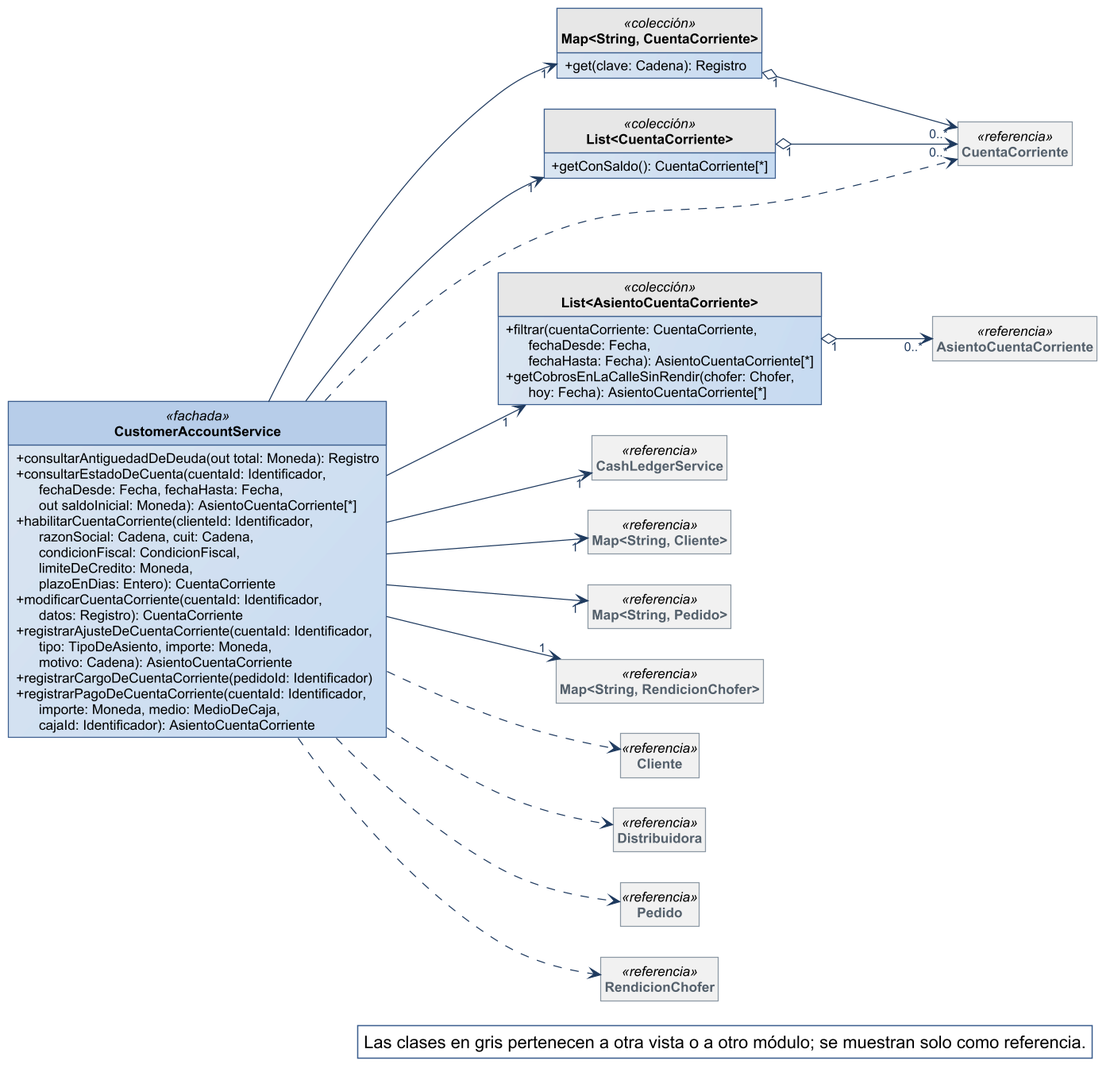
Before: diagramas/clases-diseno/DC_Mod_Cuentas-corrientes.png, a diagram exported from PlantUML (Nahuelito-Dev/splg-docs). Its diagram source:
```plantuml
@startuml
!include ../estilo-vp.iuml
skinparam nodesep 40
skinparam ranksep 55
skinparam genericDisplay old
skinparam class<<referencia>> {
  BackgroundColor #F1F1F1
  BorderColor #8A97A3
  FontColor #55616C
}
skinparam class<<fachada>> {
  HeaderBackgroundColor #B7CDE8
}
skinparam class<<controlador>> {
  HeaderBackgroundColor #B7CDE8
}
skinparam class<<fabricación pura>> {
  HeaderBackgroundColor #E4ECF6
}
skinparam class<<colección>> {
  HeaderBackgroundColor #E6E6E6
}
skinparam class<<adaptador>> {
  HeaderBackgroundColor #D5E3F3
}
skinparam packageStyle rectangle
hide circle
hide empty members

left to right direction
skinparam nodesep 25
skinparam ranksep 90
class CustomerAccountService <<fachada>> {
  + consultarAntiguedadDeDeuda(out total: Moneda): Registro
  + consultarEstadoDeCuenta(cuentaId: Identificador,\n      fechaDesde: Fecha, fechaHasta: Fecha,\n      out saldoInicial: Moneda): AsientoCuentaCorriente[*]
  + habilitarCuentaCorriente(clienteId: Identificador,\n      razonSocial: Cadena, cuit: Cadena,\n      condicionFiscal: CondicionFiscal,\n      limiteDeCredito: Moneda,\n      plazoEnDias: Entero): CuentaCorriente
  + modificarCuentaCorriente(cuentaId: Identificador,\n      datos: Registro): CuentaCorriente
  + registrarAjusteDeCuentaCorriente(cuentaId: Identificador,\n      tipo: TipoDeAsiento, importe: Moneda,\n      motivo: Cadena): AsientoCuentaCorriente
  + registrarCargoDeCuentaCorriente(pedidoId: Identificador)
  + registrarPagoDeCuentaCorriente(cuentaId: Identificador,\n      importe: Moneda, medio: MedioDeCaja,\n      cajaId: Identificador): AsientoCuentaCorriente
}
class "Map<String, CuentaCorriente>" as Map_String_CuentaCorriente <<colección>> {
  + get(clave: Cadena): Registro
}
class "List<CuentaCorriente>" as List_CuentaCorriente <<colección>> {
  + getConSaldo(): CuentaCorriente[*]
}
class "List<AsientoCuentaCorriente>" as List_AsientoCuentaCorriente <<colección>> {
  + filtrar(cuentaCorriente: CuentaCorriente,\n      fechaDesde: Fecha,\n      fechaHasta: Fecha): AsientoCuentaCorriente[*]
  + getCobrosEnLaCalleSinRendir(chofer: Chofer,\n      hoy: Fecha): AsientoCuentaCorriente[*]
}
class AsientoCuentaCorriente <<referencia>>
class CuentaCorriente <<referencia>>
class CashLedgerService <<referencia>>
class "Map<String, Cliente>" as Map_String_Cliente <<referencia>>
class "Map<String, Pedido>" as Map_String_Pedido <<referencia>>
class "Map<String, RendicionChofer>" as Map_String_RendicionChofer <<referencia>>
class Cliente <<referencia>>
class Distribuidora <<referencia>>
class Pedido <<referencia>>
class RendicionChofer <<referencia>>

List_AsientoCuentaCorriente "1" o--> "0..*" AsientoCuentaCorriente
Map_String_CuentaCorriente "1" o--> "0..*" CuentaCorriente
List_CuentaCorriente "1" o--> "0..*" CuentaCorriente
CustomerAccountService --> "1" CashLedgerService
CustomerAccountService --> "1" List_AsientoCuentaCorriente
CustomerAccountService --> "1" List_CuentaCorriente
CustomerAccountService --> "1" Map_String_Cliente
CustomerAccountService --> "1" Map_String_CuentaCorriente
CustomerAccountService --> "1" Map_String_Pedido
CustomerAccountService --> "1" Map_String_RendicionChofer
CustomerAccountService ..> Cliente
CustomerAccountService ..> CuentaCorriente
CustomerAccountService ..> Distribuidora
CustomerAccountService ..> Pedido
CustomerAccountService ..> RendicionChofer

legend bottom right
  Las clases en gris pertenecen a otra vista o a otro módulo; se muestran solo como referencia.
endlegend
@enduml
```
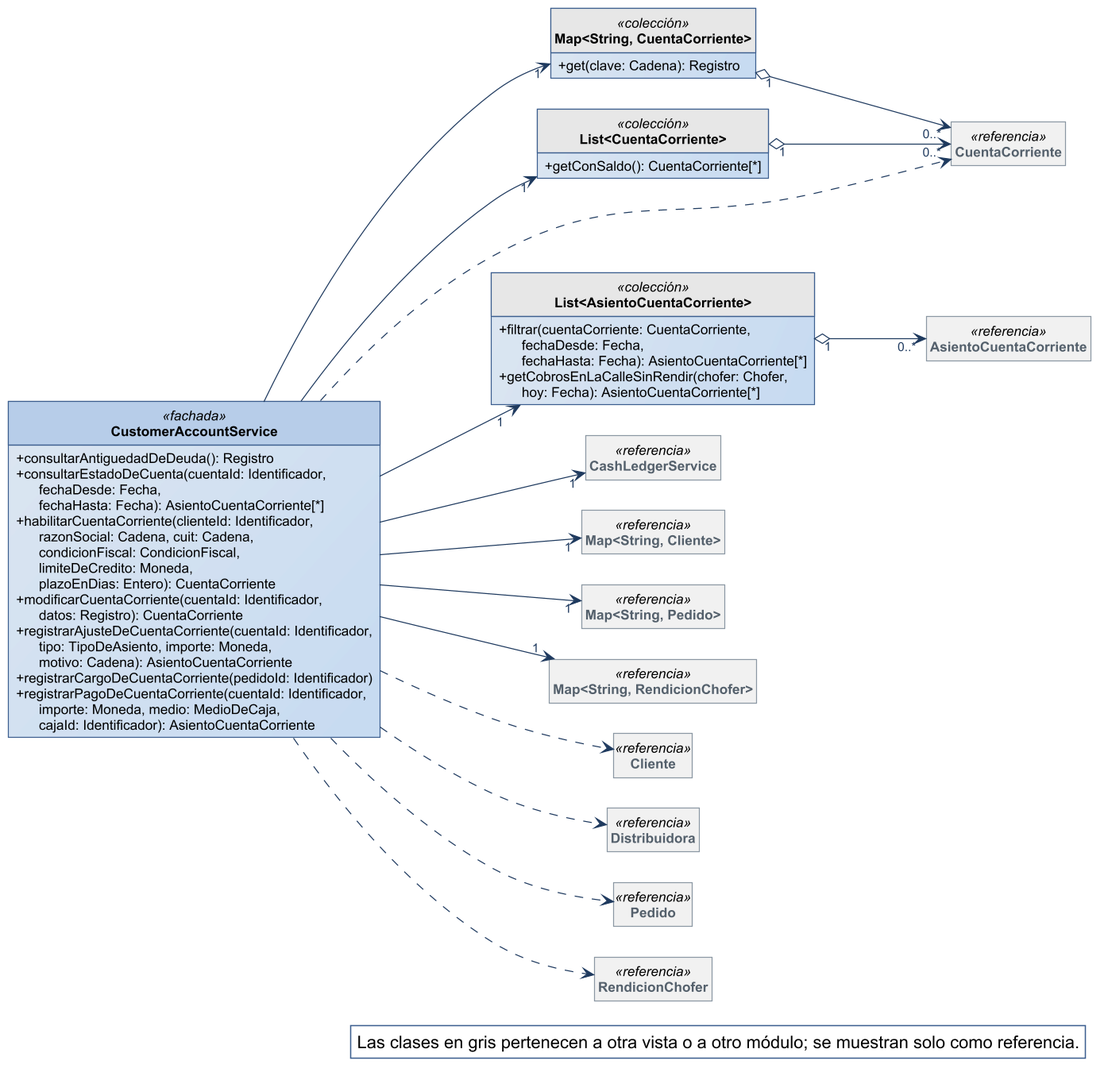
After the change.

The edit, as a diff of the source:
```diff
@@ -31,8 +31,8 @@
 skinparam nodesep 25
 skinparam ranksep 90
 class CustomerAccountService <<fachada>> {
-  + consultarAntiguedadDeDeuda(out total: Moneda): Registro
-  + consultarEstadoDeCuenta(cuentaId: Identificador,\n      fechaDesde: Fecha, fechaHasta: Fecha,\n      out saldoInicial: Moneda): AsientoCuentaCorriente[*]
+  + consultarAntiguedadDeDeuda(): Registro
+  + consultarEstadoDeCuenta(cuentaId: Identificador,\n      fechaDesde: Fecha,\n      fechaHasta: Fecha): AsientoCuentaCorriente[*]
   + habilitarCuentaCorriente(clienteId: Identificador,\n      razonSocial: Cadena, cuit: Cadena,\n      condicionFiscal: CondicionFiscal,\n      limiteDeCredito: Moneda,\n      plazoEnDias: Entero): CuentaCorriente
   + modificarCuentaCorriente(cuentaId: Identificador,\n      datos: Registro): CuentaCorriente
   + registrarAjusteDeCuentaCorriente(cuentaId: Identificador,\n      tipo: TipoDeAsiento, importe: Moneda,\n      motivo: Cadena): AsientoCuentaCorriente
```
